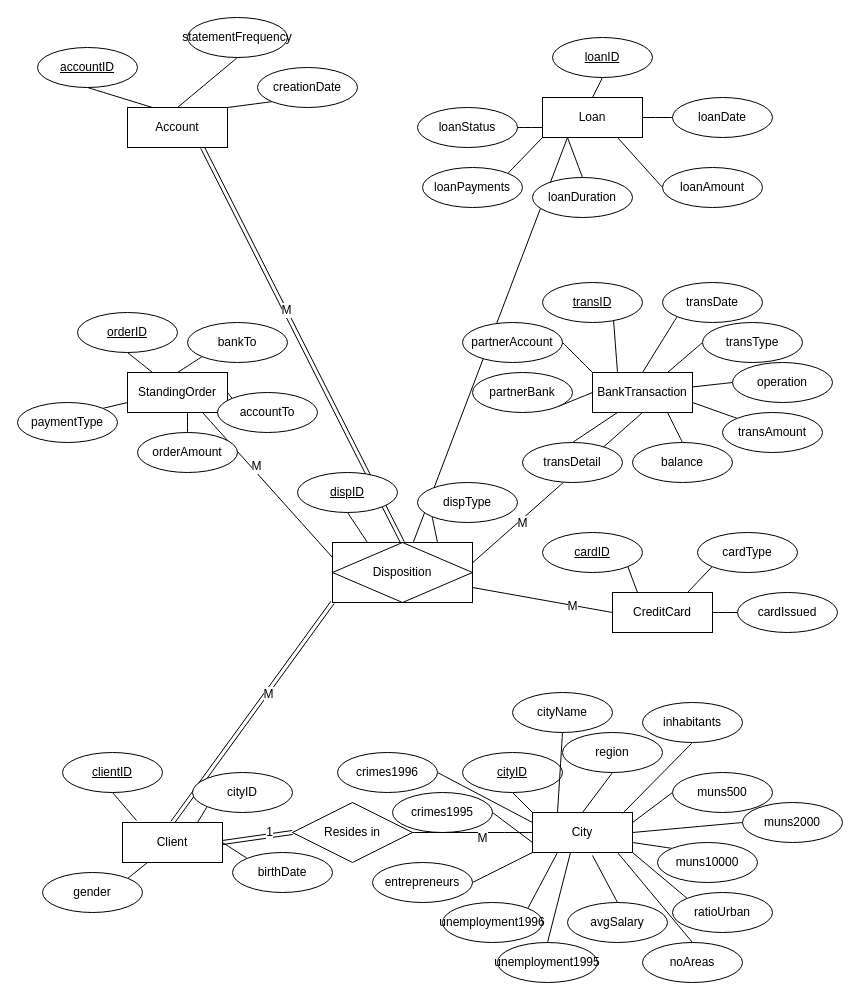
irismessage/data-essay keeps this draw.io diagram as DATA Essay.drawio.xml. Above is the earlier version. Source tidied: cells renumbered, new cells numbered last; positions are measured from the earlier drawing's top-left corner, leaving out a move shared by most shapes. Both pictures are drawn from the tidied source at 100%, with x=0, y=0 at pixel (17, 17).
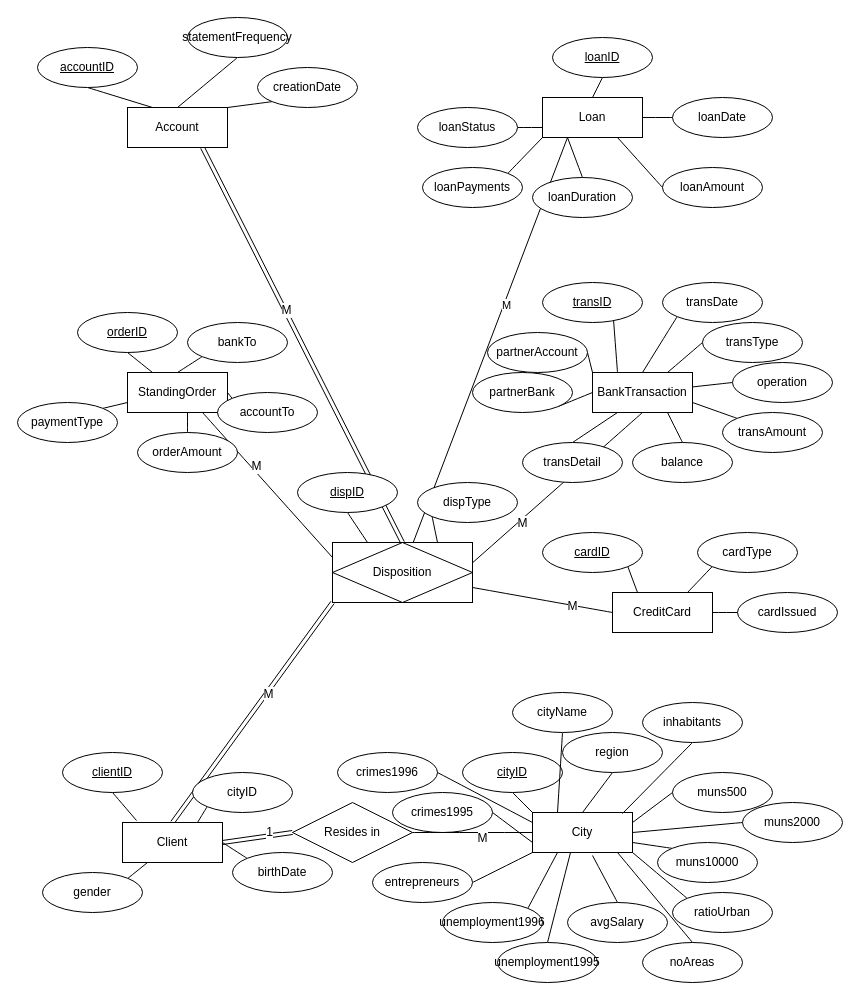
The same diagram, later.

The change refers to these unchanged cells:
```xml
<mxCell id="11" style="edgeStyle=none;shape=connector;rounded=1;jettySize=auto;html=1;exitX=0.25;exitY=1;exitDx=0;exitDy=0;labelBackgroundColor=default;strokeColor=default;fontFamily=Helvetica;fontSize=12;fontColor=default;endArrow=none;endFill=0;startSize=8;endSize=8;entryX=0.571;entryY=0.033;entryDx=0;entryDy=0;entryPerimeter=0;" parent="1" edge="1" source="12" target="119">
  <mxGeometry relative="1" as="geometry" />
</mxCell>
```

Diff of the diagram source:
```diff
@@
+    <mxCell id="120" value="M" style="edgeLabel;html=1;align=center;verticalAlign=middle;" parent="11" vertex="1">
+      <mxGeometry x="-0.18" y="2" relative="1" as="geometry" />
+    </mxCell>
@@
     <mxCell id="58" value="partnerAccount" style="ellipse;whiteSpace=wrap;html=1;align=center;fontFamily=Helvetica;fontSize=12;fontColor=default;" parent="1" vertex="1">
-      <mxGeometry x="445" y="305" width="100" height="40" as="geometry" />
+      <mxGeometry x="470" y="315" width="100" height="40" as="geometry" />
     </mxCell>
```
